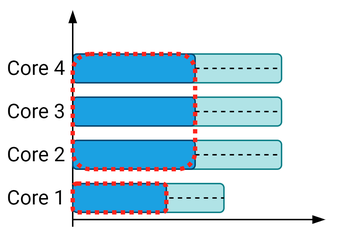
This is Notes/TFM_presentations/final/figures/drawings/state_simultaneous.png from jmigual/APATeoria, a draw.io export, as it was before one commit. Source tidied: cells renumbered, new cells last; positions are measured from the earlier drawing's top-left corner, leaving out a move shared by most shapes.
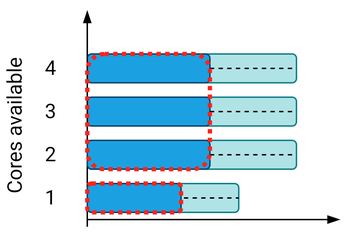
After the commit.

What changed in the source:
```diff
@@ -5,68 +5,71 @@
     <mxCell id="2" style="rounded=1;whiteSpace=wrap;html=1;align=center;fillColor=#b0e3e6;strokeColor=#0e8088;comic=0;fontSize=14;fontFamily=Roboto;FType=g;" parent="1" vertex="1">
       <mxGeometry x="75" y="120" width="80" height="20" as="geometry" />
     </mxCell>
-    <mxCell id="3" value="Core 1" style="text;html=1;strokeColor=none;fillColor=none;align=center;verticalAlign=middle;whiteSpace=wrap;rounded=0;fontSize=14;fontColor=#000000;fontFamily=Roboto;FType=g;" parent="1" vertex="1">
-      <mxGeometry y="120" width="50" height="20" as="geometry" />
+    <mxCell id="3" style="endArrow=blockThin;html=1;endFill=1;fontFamily=Roboto;FType=g;" parent="1" edge="1">
+      <mxGeometry relative="1" as="geometry">
+        <mxPoint x="50" y="145" as="sourcePoint" />
+        <mxPoint x="225" y="145" as="targetPoint" />
+      </mxGeometry>
     </mxCell>
-    <mxCell id="4" value="Core 2" style="text;html=1;strokeColor=none;fillColor=none;align=center;verticalAlign=middle;whiteSpace=wrap;rounded=0;fontSize=14;fontColor=#000000;fontFamily=Roboto;FType=g;" parent="1" vertex="1">
-      <mxGeometry y="90" width="50" height="20" as="geometry" />
+    <mxCell id="4" style="endArrow=none;dashed=1;html=1;entryX=1;entryY=0.5;entryDx=0;entryDy=0;exitX=0;exitY=0.5;exitDx=0;exitDy=0;" parent="1" edge="1" source="2" target="2">
+      <mxGeometry relative="1" as="geometry" />
     </mxCell>
-    <mxCell id="5" value="Core 3" style="text;html=1;strokeColor=none;fillColor=none;align=center;verticalAlign=middle;whiteSpace=wrap;rounded=0;fontSize=14;fontColor=#000000;fontFamily=Roboto;FType=g;" parent="1" vertex="1">
-      <mxGeometry y="60" width="50" height="20" as="geometry" />
+    <mxCell id="5" style="rounded=1;whiteSpace=wrap;html=1;align=center;fillColor=#b0e3e6;strokeColor=#0e8088;comic=0;fontSize=14;fontFamily=Roboto;FType=g;" parent="1" vertex="1">
+      <mxGeometry x="85" y="90" width="110" height="20" as="geometry" />
     </mxCell>
-    <mxCell id="6" style="endArrow=blockThin;html=1;endFill=1;fontFamily=Roboto;FType=g;" parent="1" edge="1">
-      <mxGeometry relative="1" as="geometry">
-        <mxPoint x="50" y="145" as="sourcePoint" />
-        <mxPoint x="225" y="145" as="targetPoint" />
-      </mxGeometry>
+    <mxCell id="6" style="endArrow=none;dashed=1;html=1;entryX=1;entryY=0.5;entryDx=0;entryDy=0;exitX=1;exitY=0.5;exitDx=0;exitDy=0;" parent="1" edge="1" source="15" target="5">
+      <mxGeometry relative="1" as="geometry" />
     </mxCell>
-    <mxCell id="7" value="Core 4" style="text;html=1;strokeColor=none;fillColor=none;align=center;verticalAlign=middle;whiteSpace=wrap;rounded=0;fontSize=14;fontColor=#000000;fontFamily=Roboto;FType=g;" parent="1" vertex="1">
-      <mxGeometry y="30" width="50" height="20" as="geometry" />
+    <mxCell id="7" style="rounded=1;whiteSpace=wrap;html=1;align=center;fillColor=#b0e3e6;strokeColor=#0e8088;comic=0;fontSize=14;fontFamily=Roboto;FType=g;" parent="1" vertex="1">
+      <mxGeometry x="85" y="60" width="110" height="20" as="geometry" />
     </mxCell>
-    <mxCell id="8" style="endArrow=none;dashed=1;html=1;entryX=1;entryY=0.5;entryDx=0;entryDy=0;exitX=0;exitY=0.5;exitDx=0;exitDy=0;" parent="1" edge="1" source="2" target="2">
-      <mxGeometry relative="1" as="geometry" />
+    <mxCell id="8" style="rounded=1;whiteSpace=wrap;html=1;align=center;fillColor=#1ba1e2;fontColor=#ffffff;comic=0;fontSize=14;fontFamily=Roboto;FType=g;strokeColor=#00456E;" parent="1" vertex="1">
+      <mxGeometry x="50" y="60" width="85" height="20" as="geometry" />
     </mxCell>
-    <mxCell id="9" style="rounded=1;whiteSpace=wrap;html=1;align=center;fillColor=#b0e3e6;strokeColor=#0e8088;comic=0;fontSize=14;fontFamily=Roboto;FType=g;" parent="1" vertex="1">
-      <mxGeometry x="85" y="90" width="110" height="20" as="geometry" />
+    <mxCell id="9" style="endArrow=none;dashed=1;html=1;entryX=1;entryY=0.5;entryDx=0;entryDy=0;exitX=1;exitY=0.5;exitDx=0;exitDy=0;" parent="1" edge="1" source="8" target="7">
+      <mxGeometry relative="1" as="geometry" />
     </mxCell>
-    <mxCell id="10" style="endArrow=none;dashed=1;html=1;entryX=1;entryY=0.5;entryDx=0;entryDy=0;exitX=1;exitY=0.5;exitDx=0;exitDy=0;" parent="1" edge="1" source="19" target="9">
-      <mxGeometry relative="1" as="geometry" />
+    <mxCell id="10" style="rounded=1;whiteSpace=wrap;html=1;align=center;fillColor=#b0e3e6;strokeColor=#0e8088;comic=0;fontSize=14;fontFamily=Roboto;FType=g;" parent="1" vertex="1">
+      <mxGeometry x="85" y="30" width="110" height="20" as="geometry" />
     </mxCell>
-    <mxCell id="11" style="rounded=1;whiteSpace=wrap;html=1;align=center;fillColor=#b0e3e6;strokeColor=#0e8088;comic=0;fontSize=14;fontFamily=Roboto;FType=g;" parent="1" vertex="1">
-      <mxGeometry x="85" y="60" width="110" height="20" as="geometry" />
+    <mxCell id="11" style="rounded=1;whiteSpace=wrap;html=1;align=center;fillColor=#1ba1e2;fontColor=#ffffff;comic=0;fontSize=14;fontFamily=Roboto;FType=g;strokeColor=#00456E;" parent="1" vertex="1">
+      <mxGeometry x="50" y="30" width="85" height="20" as="geometry" />
     </mxCell>
-    <mxCell id="12" style="rounded=1;whiteSpace=wrap;html=1;align=center;fillColor=#1ba1e2;fontColor=#ffffff;comic=0;fontSize=14;fontFamily=Roboto;FType=g;strokeColor=#00456E;" parent="1" vertex="1">
-      <mxGeometry x="50" y="60" width="85" height="20" as="geometry" />
+    <mxCell id="12" style="endArrow=none;dashed=1;html=1;entryX=1;entryY=0.5;entryDx=0;entryDy=0;exitX=1;exitY=0.5;exitDx=0;exitDy=0;" parent="1" edge="1" source="11" target="10">
+      <mxGeometry relative="1" as="geometry" />
     </mxCell>
-    <mxCell id="13" style="endArrow=none;dashed=1;html=1;entryX=1;entryY=0.5;entryDx=0;entryDy=0;exitX=1;exitY=0.5;exitDx=0;exitDy=0;" parent="1" edge="1" source="12" target="11">
-      <mxGeometry relative="1" as="geometry" />
+    <mxCell id="13" style="endArrow=blockThin;html=1;strokeColor=#000000;endFill=1;exitX=0.5;exitY=0;exitDx=0;exitDy=0;fontFamily=Roboto;FType=g;" parent="1" edge="1">
+      <mxGeometry relative="1" as="geometry">
+        <mxPoint x="50" y="150" as="sourcePoint" />
+        <mxPoint x="50" as="targetPoint" />
+      </mxGeometry>
     </mxCell>
-    <mxCell id="14" style="rounded=1;whiteSpace=wrap;html=1;align=center;fillColor=#b0e3e6;strokeColor=#0e8088;comic=0;fontSize=14;fontFamily=Roboto;FType=g;" parent="1" vertex="1">
-      <mxGeometry x="85" y="30" width="110" height="20" as="geometry" />
+    <mxCell id="14" style="rounded=1;whiteSpace=wrap;html=1;align=center;fillColor=#1ba1e2;fontColor=#ffffff;comic=0;fontSize=14;fontFamily=Roboto;FType=g;strokeColor=#00456E;" parent="1" vertex="1">
+      <mxGeometry x="50" y="120" width="65" height="20" as="geometry" />
     </mxCell>
     <mxCell id="15" style="rounded=1;whiteSpace=wrap;html=1;align=center;fillColor=#1ba1e2;fontColor=#ffffff;comic=0;fontSize=14;fontFamily=Roboto;FType=g;strokeColor=#00456E;" parent="1" vertex="1">
-      <mxGeometry x="50" y="30" width="85" height="20" as="geometry" />
+      <mxGeometry x="50" y="90" width="85" height="20" as="geometry" />
     </mxCell>
-    <mxCell id="16" style="endArrow=none;dashed=1;html=1;entryX=1;entryY=0.5;entryDx=0;entryDy=0;exitX=1;exitY=0.5;exitDx=0;exitDy=0;" parent="1" edge="1" source="15" target="14">
-      <mxGeometry relative="1" as="geometry" />
+    <mxCell id="16" style="rounded=1;whiteSpace=wrap;html=1;fillColor=none;strokeColor=#FF241C;strokeWidth=3;dashed=1;dashPattern=1 1;" parent="1" vertex="1">
+      <mxGeometry x="50" y="30" width="85" height="80" as="geometry" />
     </mxCell>
-    <mxCell id="17" style="endArrow=blockThin;html=1;strokeColor=#000000;endFill=1;exitX=0.5;exitY=0;exitDx=0;exitDy=0;fontFamily=Roboto;FType=g;" parent="1" edge="1">
-      <mxGeometry relative="1" as="geometry">
-        <mxPoint x="50" y="150" as="sourcePoint" />
-        <mxPoint x="50" as="targetPoint" />
-      </mxGeometry>
+    <mxCell id="17" style="rounded=1;whiteSpace=wrap;html=1;fillColor=none;strokeColor=#FF241C;strokeWidth=3;dashed=1;dashPattern=1 1;" parent="1" vertex="1">
+      <mxGeometry x="50" y="120" width="65" height="20" as="geometry" />
     </mxCell>
-    <mxCell id="18" style="rounded=1;whiteSpace=wrap;html=1;align=center;fillColor=#1ba1e2;fontColor=#ffffff;comic=0;fontSize=14;fontFamily=Roboto;FType=g;strokeColor=#00456E;" parent="1" vertex="1">
-      <mxGeometry x="50" y="120" width="65" height="20" as="geometry" />
+    <mxCell id="18" value="1" style="text;html=1;strokeColor=none;fillColor=none;align=center;verticalAlign=middle;whiteSpace=wrap;rounded=0;fontSize=14;fontColor=#000000;fontFamily=Roboto;FType=g;" parent="1" vertex="1">
+      <mxGeometry y="120" width="50" height="20" as="geometry" />
     </mxCell>
-    <mxCell id="19" style="rounded=1;whiteSpace=wrap;html=1;align=center;fillColor=#1ba1e2;fontColor=#ffffff;comic=0;fontSize=14;fontFamily=Roboto;FType=g;strokeColor=#00456E;" parent="1" vertex="1">
-      <mxGeometry x="50" y="90" width="85" height="20" as="geometry" />
+    <mxCell id="19" value="2" style="text;html=1;strokeColor=none;fillColor=none;align=center;verticalAlign=middle;whiteSpace=wrap;rounded=0;fontSize=14;fontColor=#000000;fontFamily=Roboto;FType=g;" parent="1" vertex="1">
+      <mxGeometry y="90" width="50" height="20" as="geometry" />
     </mxCell>
-    <mxCell id="20" style="rounded=1;whiteSpace=wrap;html=1;fillColor=none;strokeColor=#FF241C;strokeWidth=3;dashed=1;dashPattern=1 1;" parent="1" vertex="1">
-      <mxGeometry x="50" y="30" width="85" height="80" as="geometry" />
+    <mxCell id="20" value="3" style="text;html=1;strokeColor=none;fillColor=none;align=center;verticalAlign=middle;whiteSpace=wrap;rounded=0;fontSize=14;fontColor=#000000;fontFamily=Roboto;FType=g;" parent="1" vertex="1">
+      <mxGeometry y="60" width="50" height="20" as="geometry" />
     </mxCell>
-    <mxCell id="21" style="rounded=1;whiteSpace=wrap;html=1;fillColor=none;strokeColor=#FF241C;strokeWidth=3;dashed=1;dashPattern=1 1;" parent="1" vertex="1">
-      <mxGeometry x="50" y="120" width="65" height="20" as="geometry" />
+    <mxCell id="21" value="4" style="text;html=1;strokeColor=none;fillColor=none;align=center;verticalAlign=middle;whiteSpace=wrap;rounded=0;fontSize=14;fontColor=#000000;fontFamily=Roboto;FType=g;" parent="1" vertex="1">
+      <mxGeometry y="30" width="50" height="20" as="geometry" />
     </mxCell>
+    <mxCell id="22" value="Cores available" style="text;html=1;strokeColor=none;fillColor=none;align=center;verticalAlign=middle;whiteSpace=wrap;rounded=0;fontSize=14;fontColor=#000000;fontFamily=Roboto;FType=g;rotation=-90;" parent="1" vertex="1">
+      <mxGeometry x="-55" y="70" width="110" height="20" as="geometry" />
+    </mxCell>
   </root>
 </mxGraphModel>
```
